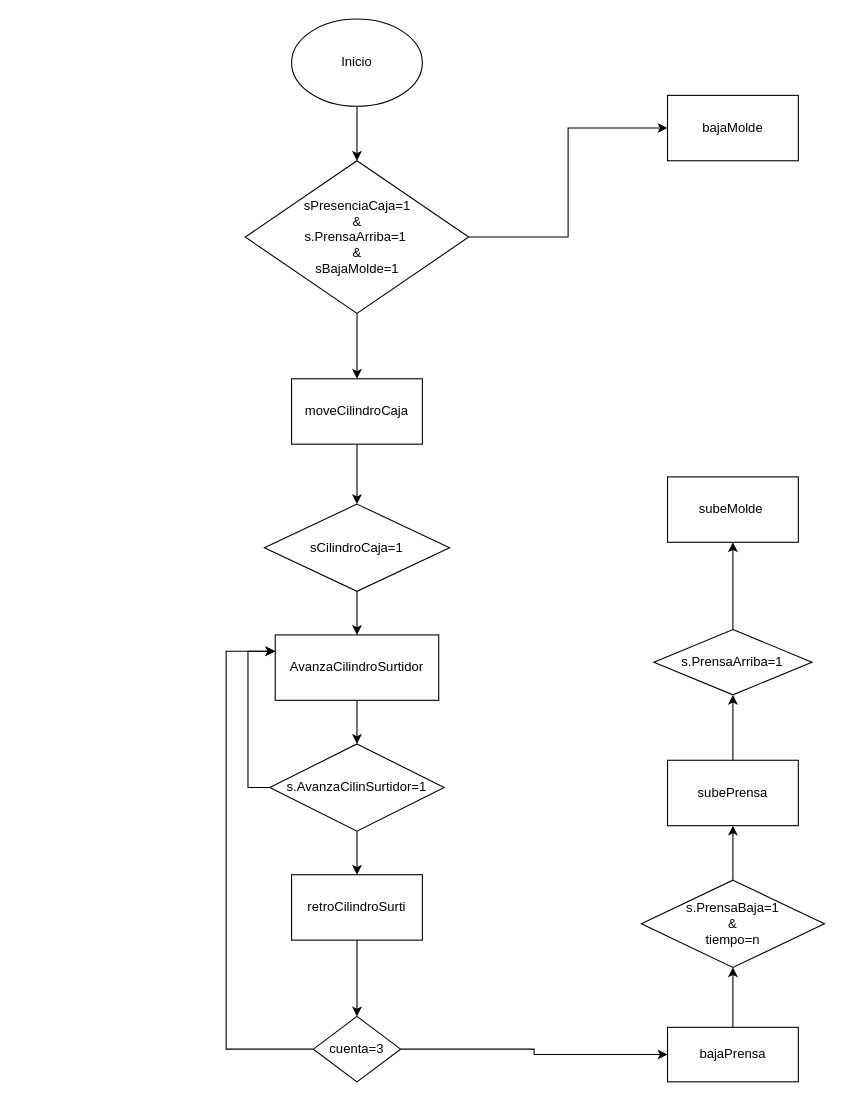
Above: prensa.drawio in david-gmz/PLC-Dosser-Press (draw.io), before the change. Source tidied: cells renumbered, new cells numbered last; positions are measured from the earlier drawing's top-left corner, leaving out a move shared by most shapes. Both pictures are drawn from the tidied source at 109%, with x=0, y=0 at pixel (226, 19).
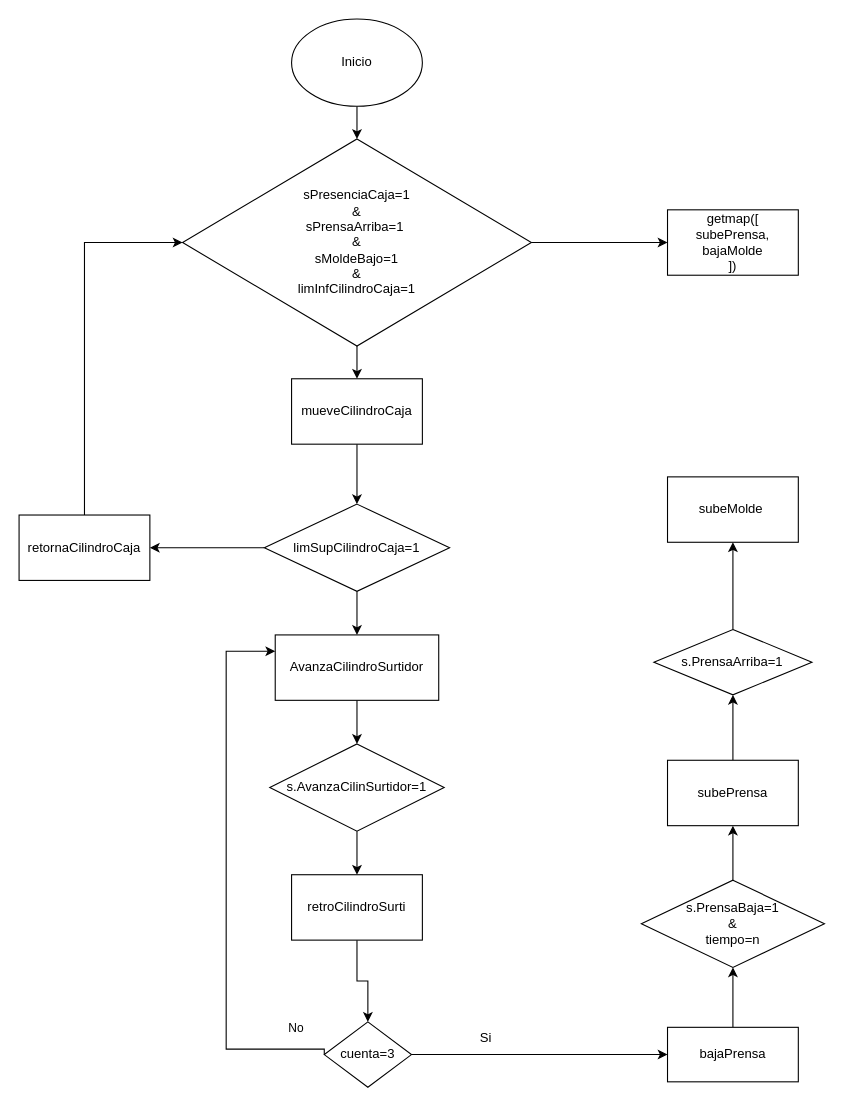
Above is the later version.

Unchanged cells that the change refers to:
```xml
<mxCell id="12" value="AvanzaCilindroSurtidor" style="whiteSpace=wrap;html=1;" parent="1" vertex="1">
  <mxGeometry x="45" y="565" width="150" height="60" as="geometry" />
</mxCell>
<mxCell id="15" value="s.AvanzaCilinSurtidor=1" style="rhombus;whiteSpace=wrap;html=1;" parent="1" vertex="1">
  <mxGeometry x="40" y="665" width="160" height="80" as="geometry" />
</mxCell>
<mxCell id="18" style="edgeStyle=orthogonalEdgeStyle;rounded=0;jettySize=auto;html=1;exitX=0;exitY=0.5;exitDx=0;exitDy=0;entryX=0;entryY=0.25;entryDx=0;entryDy=0;" parent="1" edge="1" source="20" target="12">
  <mxGeometry relative="1" as="geometry">
    <Array as="points">
      <mxPoint y="945" />
      <mxPoint y="580" />
    </Array>
  </mxGeometry>
</mxCell>
```

Change to the diagram source:
```diff
@@
-    <mxCell id="6" value="sPresenciaCaja=1&lt;br&gt;&amp;amp;&lt;br&gt;s.PrensaArriba=1&amp;nbsp;&lt;br&gt;&amp;amp;&lt;br&gt;sBajaMolde=1" style="rhombus;whiteSpace=wrap;html=1;" parent="1" vertex="1">
-      <mxGeometry x="17.5" y="130" width="205" height="140" as="geometry" />
+    <mxCell id="6" value="sPresenciaCaja=1&lt;br&gt;&amp;amp;&lt;br&gt;sPrensaArriba=1&amp;nbsp;&lt;br&gt;&amp;amp;&lt;br&gt;sMoldeBajo=1&lt;br&gt;&amp;amp;&lt;br&gt;limInfCilindroCaja=1" style="rhombus;whiteSpace=wrap;html=1;" parent="1" vertex="1">
+      <mxGeometry x="-40" y="110" width="320" height="190" as="geometry" />
     </mxCell>
@@
-    <mxCell id="8" value="moveCilindroCaja" style="whiteSpace=wrap;html=1;" parent="1" vertex="1">
+    <mxCell id="8" value="mueveCilindroCaja" style="whiteSpace=wrap;html=1;" parent="1" vertex="1">
       <mxGeometry x="60" y="330" width="120" height="60" as="geometry" />
     </mxCell>
@@
+    <mxCell id="31" style="edgeStyle=orthogonalEdgeStyle;rounded=0;jettySize=auto;html=1;" parent="1" edge="1" source="10" target="35">
+      <mxGeometry relative="1" as="geometry" />
+    </mxCell>
-    <mxCell id="10" value="sCilindroCaja=1" style="rhombus;whiteSpace=wrap;html=1;" parent="1" vertex="1">
+    <mxCell id="10" value="limSupCilindroCaja=1" style="rhombus;whiteSpace=wrap;html=1;" parent="1" vertex="1">
       <mxGeometry x="35" y="445" width="170" height="80" as="geometry" />
     </mxCell>
@@
-    <mxCell id="13" style="edgeStyle=orthogonalEdgeStyle;rounded=0;jettySize=auto;html=1;exitX=0;exitY=0.5;exitDx=0;exitDy=0;entryX=0;entryY=0.25;entryDx=0;entryDy=0;" parent="1" edge="1" source="15" target="12">
-      <mxGeometry relative="1" as="geometry" />
-    </mxCell>
@@
+    <mxCell id="32" value="No" style="edgeLabel;html=1;align=center;verticalAlign=middle;" parent="18" vertex="1">
+      <mxGeometry x="-0.76" y="3" relative="1" as="geometry">
+        <mxPoint x="29" y="-23" as="offset" />
+      </mxGeometry>
+    </mxCell>
@@
     <mxCell id="20" value="cuenta=3" style="rhombus;whiteSpace=wrap;html=1;" parent="1" vertex="1">
-      <mxGeometry x="80" y="915" width="80" height="60" as="geometry" />
+      <mxGeometry x="90" y="920" width="80" height="60" as="geometry" />
     </mxCell>
@@
-    <mxCell id="30" value="bajaMolde" style="whiteSpace=wrap;html=1;" parent="1" vertex="1">
-      <mxGeometry x="404.9" y="70" width="120" height="60" as="geometry" />
+    <mxCell id="30" value="getmap([&lt;br&gt;subePrensa,&lt;br&gt;bajaMolde&lt;br&gt;])" style="whiteSpace=wrap;html=1;" parent="1" vertex="1">
+      <mxGeometry x="404.9" y="175" width="120" height="60" as="geometry" />
     </mxCell>
+    <mxCell id="33" value="Si" style="text;html=1;align=center;verticalAlign=middle;strokeColor=none;fillColor=none;" parent="1" vertex="1">
+      <mxGeometry x="222.5" y="920" width="30" height="30" as="geometry" />
+    </mxCell>
+    <mxCell id="34" style="edgeStyle=orthogonalEdgeStyle;rounded=0;jettySize=auto;html=1;exitX=0.5;exitY=0;exitDx=0;exitDy=0;entryX=0;entryY=0.5;entryDx=0;entryDy=0;" parent="1" edge="1" source="35" target="6">
+      <mxGeometry relative="1" as="geometry" />
+    </mxCell>
+    <mxCell id="35" value="retornaCilindroCaja" style="whiteSpace=wrap;html=1;" parent="1" vertex="1">
+      <mxGeometry x="-190" y="455" width="120" height="60" as="geometry" />
+    </mxCell>
```
